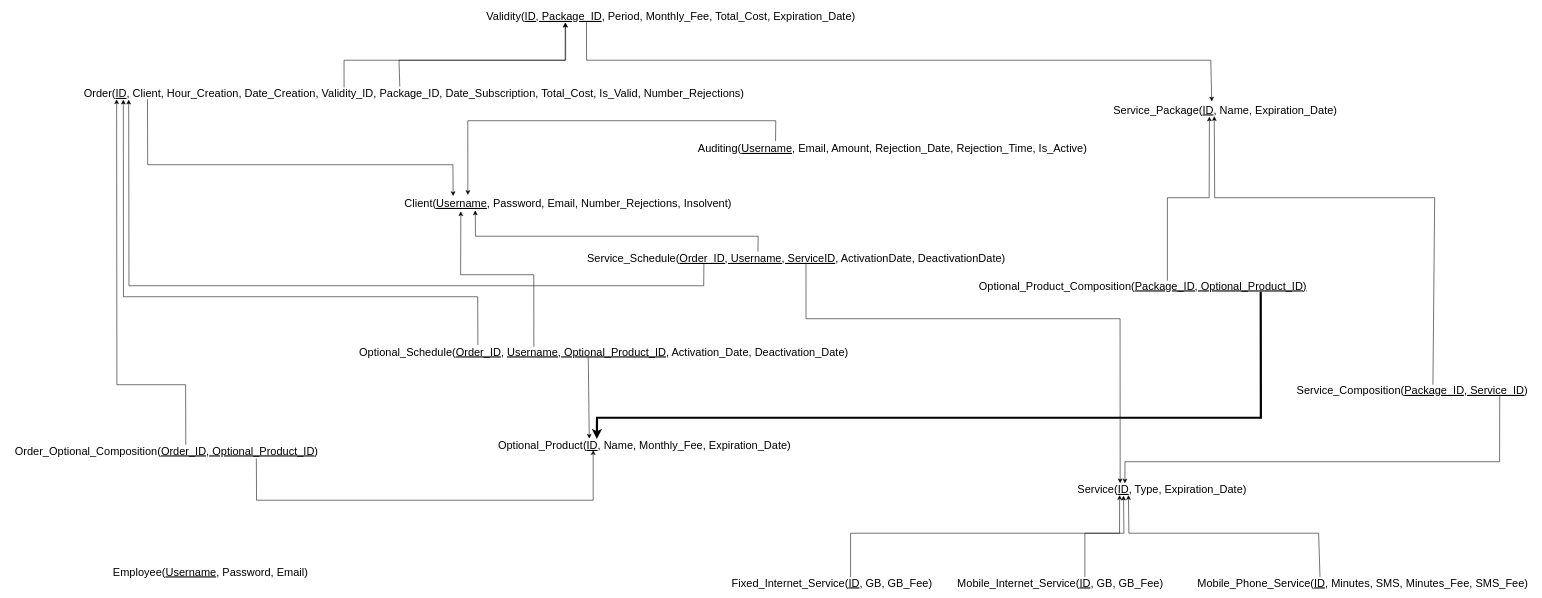
This is page "Logic" (3 of 9) of diagrams/Interaction_diagram.drawio from mark-2389/TelcoService_SC42, a draw.io file, before an edit. Source tidied: cells renumbered, new cells numbered last; positions are measured from the earlier drawing's top-left corner, leaving out a move shared by most shapes. Both pictures are drawn from the tidied source at 55%, with x=0, y=0 at pixel (9, 10).
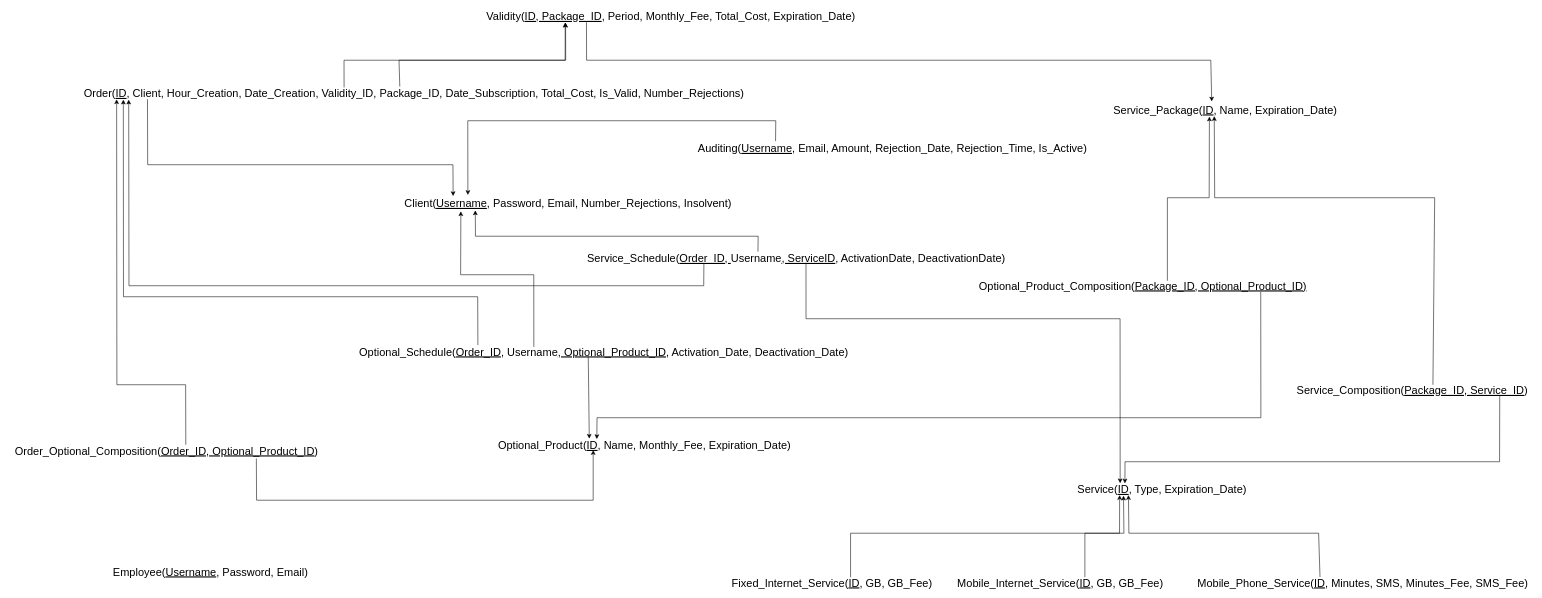
The same page after the edit.

Commit message (it also covers changes not shown here):
Fix schedule definition.

Unchanged cells that the change refers to:
```xml
<mxCell id="8" value="&lt;font style=&quot;font-size: 20px&quot;&gt;Optional_Product(&lt;u&gt;ID&lt;/u&gt;, Name, Monthly_Fee, Expiration_Date)&lt;/font&gt;" style="text;html=1;align=center;verticalAlign=middle;points=[];strokeColor=none;fillColor=none;fontStyle=0;" parent="1" vertex="1">
  <mxGeometry x="879" y="780" width="550" height="20" as="geometry" />
</mxCell>
<mxCell id="21" value="&lt;font style=&quot;font-size: 20px&quot;&gt;Optional_Product_Composition(&lt;u&gt;Package_ID, Optional_Product_ID)&lt;/u&gt;&lt;/font&gt;" style="text;html=1;align=center;verticalAlign=middle;points=[];strokeColor=none;fillColor=none;fontStyle=0;" parent="1" vertex="1">
  <mxGeometry x="1755" y="490" width="610" height="20" as="geometry" />
</mxCell>
```

What changed in the source:
```diff
@@
-    <mxCell id="10" value="&lt;font style=&quot;font-size: 20px&quot;&gt;Optional_Schedule(&lt;u&gt;Order_ID&lt;/u&gt;,&amp;nbsp;&lt;u&gt;Username, Optional_Product_ID&lt;/u&gt;, Activation_Date, Deactivation_Date)&lt;/font&gt;" style="text;html=1;align=center;verticalAlign=middle;points=[];strokeColor=none;fillColor=none;" parent="1" vertex="1">
+    <mxCell id="10" value="&lt;font style=&quot;font-size: 20px&quot;&gt;Optional_Schedule(&lt;u&gt;Order_ID&lt;/u&gt;,&amp;nbsp;Username&lt;u&gt;, Optional_Product_ID&lt;/u&gt;, Activation_Date, Deactivation_Date)&lt;/font&gt;" style="text;html=1;align=center;verticalAlign=middle;points=[];strokeColor=none;fillColor=none;" parent="1" vertex="1">
       <mxGeometry x="630" y="610" width="900" height="20" as="geometry" />
     </mxCell>
@@
-    <mxCell id="20" style="endArrow=classic;html=1;rounded=0;fontSize=12;exitX=0.852;exitY=1.05;exitDx=0;exitDy=0;exitPerimeter=0;entryX=0.343;entryY=-0.057;entryDx=0;entryDy=0;entryPerimeter=0;fontStyle=1;strokeWidth=4;" parent="1" edge="1" source="21" target="8">
+    <mxCell id="20" style="endArrow=classic;html=1;rounded=0;fontSize=12;exitX=0.852;exitY=1.05;exitDx=0;exitDy=0;exitPerimeter=0;entryX=0.343;entryY=-0.057;entryDx=0;entryDy=0;entryPerimeter=0;fontStyle=1;strokeWidth=1;" parent="1" edge="1" source="21" target="8">
       <mxGeometry relative="1" as="geometry">
         <Array as="points">
           <mxPoint x="2275" y="740" />
           <mxPoint x="1068" y="740" />
         </Array>
       </mxGeometry>
     </mxCell>
@@
-    <mxCell id="28" value="&lt;font style=&quot;font-size: 20px&quot;&gt;Service_Schedule(&lt;u&gt;Order_ID, Username, ServiceID&lt;/u&gt;, ActivationDate, DeactivationDate)&lt;/font&gt;" style="text;html=1;align=center;verticalAlign=middle;points=[];strokeColor=none;fillColor=none;" parent="1" vertex="1">
+    <mxCell id="28" value="&lt;font style=&quot;font-size: 20px&quot;&gt;Service_Schedule(&lt;u&gt;Order_ID, &lt;/u&gt;Username&lt;u&gt;, ServiceID&lt;/u&gt;, ActivationDate, DeactivationDate)&lt;/font&gt;" style="text;html=1;align=center;verticalAlign=middle;points=[];strokeColor=none;fillColor=none;" parent="1" vertex="1">
       <mxGeometry x="1040" y="440" width="780" height="20" as="geometry" />
     </mxCell>
```
